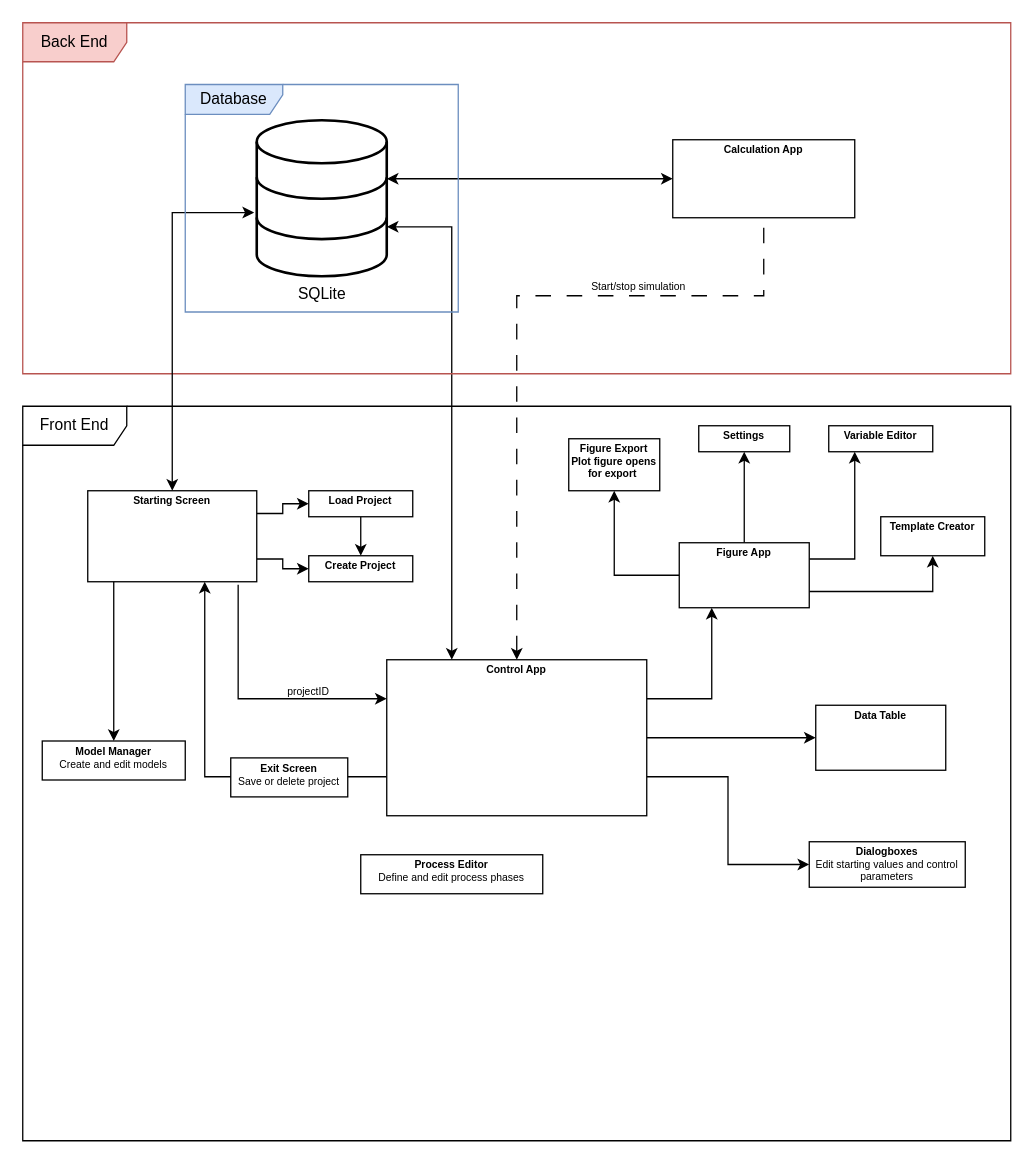
Earlier version of the draw.io diagram Software Structure.drawio (Yumatlab/bioprocesssimulation). Source tidied: cells renumbered, new cells numbered last; positions are measured from the earlier drawing's top-left corner, leaving out a move shared by most shapes. Both pictures are drawn from the tidied source at 130%, with x=0, y=0 at pixel (22, 22). Pictures stored in the file or linked from it are replaced by grey dashed boxes.
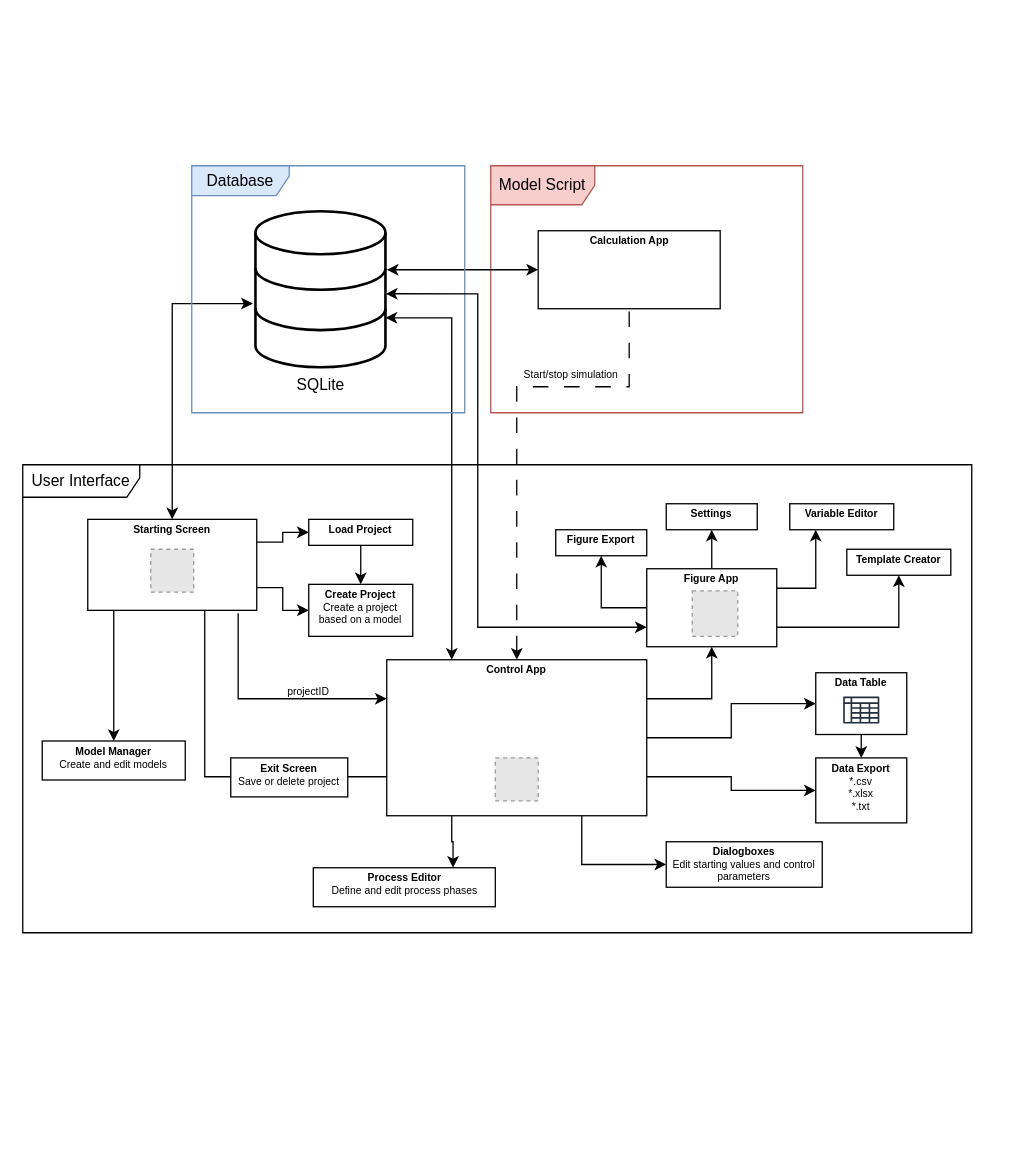
After the change.

The change refers to these unchanged cells:
```xml
<mxCell id="17" value="&lt;p style=&quot;margin: 4px 0px 0px; text-align: center; font-size: 8px;&quot;&gt;&lt;b style=&quot;font-size: 8px;&quot;&gt;Control App&lt;/b&gt;&lt;/p&gt;" style="verticalAlign=top;align=left;overflow=fill;html=1;whiteSpace=wrap;fontSize=8;" parent="1" vertex="1">
  <mxGeometry x="280" y="490" width="200" height="120" as="geometry" />
</mxCell>
```

What changed in the source:
```diff
@@
     <mxCell id="6" value="&lt;p style=&quot;margin: 4px 0px 0px; text-align: center; font-size: 8px;&quot;&gt;&lt;b style=&quot;font-size: 8px;&quot;&gt;Starting Screen&lt;/b&gt;&lt;/p&gt;" style="verticalAlign=top;align=left;overflow=fill;html=1;whiteSpace=wrap;fontSize=8;" parent="1" vertex="1">
-      <mxGeometry x="50" y="360" width="130" height="70" as="geometry" />
+      <mxGeometry x="50" y="382" width="130" height="70" as="geometry" />
     </mxCell>
-    <mxCell id="7" value="&lt;p style=&quot;margin: 4px 0px 0px; text-align: center; font-size: 8px;&quot;&gt;&lt;b style=&quot;font-size: 8px;&quot;&gt;Calculation App&lt;br style=&quot;font-size: 8px;&quot;&gt;&lt;br style=&quot;font-size: 8px;&quot;&gt;&lt;/b&gt;&lt;/p&gt;&lt;p style=&quot;margin: 4px 0px 0px; text-align: center; font-size: 8px;&quot;&gt;&lt;b style=&quot;font-size: 8px;&quot;&gt;&lt;br style=&quot;font-size: 8px;&quot;&gt;&lt;/b&gt;&lt;/p&gt;" style="verticalAlign=top;align=left;overflow=fill;html=1;whiteSpace=wrap;fontSize=8;" parent="1" vertex="1">
-      <mxGeometry x="500" y="90" width="140" height="60" as="geometry" />
-    </mxCell>
@@
     <mxCell id="12" value="&lt;p style=&quot;margin: 4px 0px 0px; text-align: center; font-size: 8px;&quot;&gt;&lt;b style=&quot;font-size: 8px;&quot;&gt;Figure App&lt;/b&gt;&lt;/p&gt;" style="verticalAlign=top;align=left;overflow=fill;html=1;whiteSpace=wrap;fontSize=8;" parent="1" vertex="1">
-      <mxGeometry x="505" y="400" width="100" height="50" as="geometry" />
+      <mxGeometry x="480" y="420" width="100" height="60" as="geometry" />
     </mxCell>
-    <mxCell id="13" style="edgeStyle=orthogonalEdgeStyle;rounded=0;jettySize=auto;html=1;exitX=1;exitY=0.75;exitDx=0;exitDy=0;entryX=0;entryY=0.5;entryDx=0;entryDy=0;" parent="1" edge="1" source="17" target="23">
+    <mxCell id="13" style="edgeStyle=orthogonalEdgeStyle;rounded=0;jettySize=auto;html=1;exitX=0.75;exitY=1;exitDx=0;exitDy=0;entryX=0;entryY=0.5;entryDx=0;entryDy=0;" parent="1" edge="1" source="17" target="23">
       <mxGeometry relative="1" as="geometry" />
     </mxCell>
-    <mxCell id="14" style="edgeStyle=orthogonalEdgeStyle;rounded=0;jettySize=auto;html=1;exitX=1;exitY=0.25;exitDx=0;exitDy=0;entryX=0.25;entryY=1;entryDx=0;entryDy=0;" parent="1" edge="1" source="17" target="12">
+    <mxCell id="14" style="edgeStyle=orthogonalEdgeStyle;rounded=0;jettySize=auto;html=1;exitX=1;exitY=0.25;exitDx=0;exitDy=0;entryX=0.5;entryY=1;entryDx=0;entryDy=0;" parent="1" edge="1" source="17" target="12">
       <mxGeometry relative="1" as="geometry" />
     </mxCell>
@@
     <mxCell id="16" style="edgeStyle=orthogonalEdgeStyle;rounded=0;jettySize=auto;html=1;exitX=0.5;exitY=0;exitDx=0;exitDy=0;entryX=0.5;entryY=1;entryDx=0;entryDy=0;dashed=1;dashPattern=12 12;startArrow=classic;startFill=1;endArrow=none;endFill=0;" parent="1" edge="1" source="17" target="7">
       <mxGeometry relative="1" as="geometry">
         <Array as="points">
-          <mxPoint x="380" y="210" />
-          <mxPoint x="570" y="210" />
+          <mxPoint x="380" y="280" />
+          <mxPoint x="466" y="280" />
         </Array>
       </mxGeometry>
     </mxCell>
+    <mxCell id="40" style="edgeStyle=orthogonalEdgeStyle;rounded=0;jettySize=auto;html=1;exitX=1;exitY=0.75;exitDx=0;exitDy=0;entryX=0;entryY=0.5;entryDx=0;entryDy=0;" parent="1" edge="1" source="17" target="45">
+      <mxGeometry relative="1" as="geometry" />
+    </mxCell>
+    <mxCell id="41" style="edgeStyle=orthogonalEdgeStyle;rounded=0;jettySize=auto;html=1;exitX=0.25;exitY=1;exitDx=0;exitDy=0;" parent="1" edge="1" source="17" target="33">
+      <mxGeometry relative="1" as="geometry">
+        <Array as="points">
+          <mxPoint x="330" y="630" />
+          <mxPoint x="331" y="630" />
+        </Array>
+      </mxGeometry>
+    </mxCell>
@@
-    <mxCell id="19" value="&lt;font style=&quot;font-size: 12px;&quot;&gt;Back End&lt;/font&gt;" style="shape=umlFrame;whiteSpace=wrap;html=1;fillColor=#f8cecc;strokeColor=#b85450;width=80;height=30;fontSize=8;" parent="1" vertex="1">
-      <mxGeometry width="760" height="270" as="geometry" />
+    <mxCell id="19" value="&lt;font style=&quot;font-size: 12px;&quot;&gt;Model Script&lt;/font&gt;" style="shape=umlFrame;whiteSpace=wrap;html=1;fillColor=#f8cecc;strokeColor=#b85450;width=80;height=30;fontSize=8;" parent="1" vertex="1">
+      <mxGeometry x="360" y="110" width="240" height="190" as="geometry" />
     </mxCell>
-    <mxCell id="20" value="&lt;font style=&quot;font-size: 12px;&quot;&gt;Front End&lt;/font&gt;" style="shape=umlFrame;whiteSpace=wrap;html=1;width=80;height=30;fontSize=8;" parent="1" vertex="1">
-      <mxGeometry y="295" width="760" height="565" as="geometry" />
+    <mxCell id="20" value="&lt;font style=&quot;font-size: 12px;&quot;&gt;User Interface&lt;/font&gt;" style="shape=umlFrame;whiteSpace=wrap;html=1;width=90;height=25;fontSize=8;" parent="1" vertex="1">
+      <mxGeometry y="340" width="730" height="360" as="geometry" />
     </mxCell>
-    <mxCell id="21" style="edgeStyle=orthogonalEdgeStyle;rounded=0;orthogonalLoop=1;jettySize=auto;html=1;exitX=0;exitY=0.5;exitDx=0;exitDy=0;startArrow=classic;startFill=1;fontSize=8;" parent="1" edge="1">
+    <mxCell id="21" style="edgeStyle=orthogonalEdgeStyle;rounded=0;jettySize=auto;html=1;exitX=0;exitY=0.5;exitDx=0;exitDy=0;startArrow=classic;startFill=1;fontSize=8;" parent="1" edge="1" source="7">
       <mxGeometry relative="1" as="geometry">
-        <mxPoint x="500" y="120" as="sourcePoint" />
-        <mxPoint x="280" y="120" as="targetPoint" />
+        <mxPoint x="280" y="190" as="targetPoint" />
       </mxGeometry>
     </mxCell>
     <mxCell id="22" value="&lt;font style=&quot;font-size: 12px;&quot;&gt;SQLite&lt;/font&gt;" style="html=1;verticalLabelPosition=bottom;align=center;labelBackgroundColor=#ffffff;verticalAlign=top;strokeWidth=2;strokeColor=#000000;shadow=0;dashed=0;shape=mxgraph.ios7.icons.data;fontColor=default;fontSize=8;" parent="1" vertex="1">
-      <mxGeometry x="180" y="75" width="100" height="120" as="geometry" />
+      <mxGeometry x="179" y="145" width="100" height="120" as="geometry" />
     </mxCell>
     <mxCell id="23" value="&lt;p style=&quot;margin: 4px 0px 0px; text-align: center;&quot;&gt;&lt;b style=&quot;font-size: 8px;&quot;&gt;Dialogboxes&lt;/b&gt;&lt;br&gt;&lt;font style=&quot;font-size: 8px;&quot;&gt;Edit starting values and control parameters&lt;/font&gt;&lt;/p&gt;" style="verticalAlign=top;align=left;overflow=fill;html=1;whiteSpace=wrap;fontSize=8;" parent="1" vertex="1">
-      <mxGeometry x="605" y="630" width="120" height="35" as="geometry" />
+      <mxGeometry x="495" y="630" width="120" height="35" as="geometry" />
     </mxCell>
-    <mxCell id="24" style="rounded=0;jettySize=auto;html=1;entryX=-0.02;entryY=0.592;entryDx=0;entryDy=0;entryPerimeter=0;fontSize=8;edgeStyle=elbowEdgeStyle;startArrow=classic;startFill=1;" parent="1" edge="1" target="22">
+    <mxCell id="24" style="rounded=0;jettySize=auto;html=1;entryX=-0.02;entryY=0.592;entryDx=0;entryDy=0;entryPerimeter=0;fontSize=8;edgeStyle=elbowEdgeStyle;startArrow=classic;startFill=1;" parent="1" edge="1" source="6" target="22">
       <mxGeometry relative="1" as="geometry">
-        <mxPoint x="115" y="360" as="sourcePoint" />
         <Array as="points">
-          <mxPoint x="115" y="130" />
+          <mxPoint x="115" y="190" />
         </Array>
       </mxGeometry>
     </mxCell>
@@
-    <mxCell id="26" value="&lt;p style=&quot;margin: 4px 0px 0px; text-align: center; font-size: 8px;&quot;&gt;&lt;b style=&quot;font-size: 8px;&quot;&gt;Create Project&lt;br style=&quot;font-size: 8px;&quot;&gt;&lt;/b&gt;&lt;/p&gt;" style="verticalAlign=top;align=left;overflow=fill;html=1;whiteSpace=wrap;fontSize=8;" parent="1" vertex="1">
-      <mxGeometry x="220" y="410" width="80" height="20" as="geometry" />
+    <mxCell id="26" value="&lt;p style=&quot;margin: 4px 0px 0px; text-align: center; font-size: 8px;&quot;&gt;&lt;span style=&quot;font-size: 8px;&quot;&gt;&lt;b&gt;Create Project&lt;/b&gt;&lt;br&gt;Create a project based on a model&lt;/span&gt;&lt;/p&gt;" style="verticalAlign=top;align=left;overflow=fill;html=1;whiteSpace=wrap;fontSize=8;" parent="1" vertex="1">
+      <mxGeometry x="220" y="432" width="80" height="40" as="geometry" />
     </mxCell>
@@
     <mxCell id="28" value="&lt;p style=&quot;margin: 4px 0px 0px; text-align: center; font-size: 8px;&quot;&gt;&lt;b style=&quot;font-size: 8px;&quot;&gt;Load Project&lt;/b&gt;&lt;/p&gt;" style="verticalAlign=top;align=left;overflow=fill;html=1;whiteSpace=wrap;fontSize=8;" parent="1" vertex="1">
-      <mxGeometry x="220" y="360" width="80" height="20" as="geometry" />
+      <mxGeometry x="220" y="382" width="80" height="20" as="geometry" />
     </mxCell>
     <mxCell id="29" value="&lt;p style=&quot;margin: 4px 0px 0px; text-align: center; font-size: 8px;&quot;&gt;&lt;b style=&quot;font-size: 8px;&quot;&gt;Variable Editor&lt;/b&gt;&lt;/p&gt;" style="verticalAlign=top;align=left;overflow=fill;html=1;whiteSpace=wrap;fontSize=8;" parent="1" vertex="1">
-      <mxGeometry x="620" y="310" width="80" height="20" as="geometry" />
+      <mxGeometry x="590" y="370" width="80" height="20" as="geometry" />
     </mxCell>
     <mxCell id="30" value="&lt;p style=&quot;margin: 4px 0px 0px; text-align: center; font-size: 8px;&quot;&gt;&lt;b style=&quot;font-size: 8px;&quot;&gt;Settings&lt;/b&gt;&lt;/p&gt;" style="verticalAlign=top;align=left;overflow=fill;html=1;whiteSpace=wrap;fontSize=8;" parent="1" vertex="1">
-      <mxGeometry x="520" y="310" width="70" height="20" as="geometry" />
+      <mxGeometry x="495" y="370" width="70" height="20" as="geometry" />
     </mxCell>
-    <mxCell id="31" value="&lt;p style=&quot;margin: 4px 0px 0px; text-align: center; font-size: 8px;&quot;&gt;&lt;b style=&quot;font-size: 8px;&quot;&gt;Figure Export&lt;br&gt;Plot figure opens for export&amp;nbsp;&lt;/b&gt;&lt;/p&gt;" style="verticalAlign=top;align=left;overflow=fill;html=1;whiteSpace=wrap;fontSize=8;" parent="1" vertex="1">
-      <mxGeometry x="420" y="320" width="70" height="40" as="geometry" />
+    <mxCell id="31" value="&lt;p style=&quot;margin: 4px 0px 0px; text-align: center; font-size: 8px;&quot;&gt;&lt;b style=&quot;font-size: 8px;&quot;&gt;Figure Export&lt;br&gt;&lt;/b&gt;&lt;/p&gt;" style="verticalAlign=top;align=left;overflow=fill;html=1;whiteSpace=wrap;fontSize=8;" parent="1" vertex="1">
+      <mxGeometry x="410" y="390" width="70" height="20" as="geometry" />
     </mxCell>
+    <mxCell id="42" style="edgeStyle=orthogonalEdgeStyle;rounded=0;jettySize=auto;html=1;exitX=0.5;exitY=1;exitDx=0;exitDy=0;entryX=0.5;entryY=0;entryDx=0;entryDy=0;" parent="1" edge="1" source="32" target="45">
+      <mxGeometry relative="1" as="geometry" />
+    </mxCell>
-    <mxCell id="32" value="&lt;p style=&quot;margin: 4px 0px 0px; text-align: center; font-size: 8px;&quot;&gt;&lt;b style=&quot;font-size: 8px;&quot;&gt;Data Table&lt;/b&gt;&lt;/p&gt;" style="verticalAlign=top;align=left;overflow=fill;html=1;whiteSpace=wrap;fontSize=8;" parent="1" vertex="1">
-      <mxGeometry x="610" y="525" width="100" height="50" as="geometry" />
+    <mxCell id="32" value="&lt;p style=&quot;margin: 4px 0px 0px; text-align: center; font-size: 8px;&quot;&gt;&lt;span style=&quot;font-size: 8px;&quot;&gt;&lt;b&gt;Data Table&lt;/b&gt;&lt;br&gt;&lt;br&gt;&lt;/span&gt;&lt;/p&gt;" style="verticalAlign=top;align=left;overflow=fill;html=1;whiteSpace=wrap;fontSize=8;" parent="1" vertex="1">
+      <mxGeometry x="610" y="500" width="70" height="47.5" as="geometry" />
     </mxCell>
     <mxCell id="33" value="&lt;p style=&quot;margin: 4px 0px 0px; text-align: center; font-size: 8px;&quot;&gt;&lt;b&gt;Process Editor&lt;/b&gt;&lt;br&gt;Define and edit process phases&lt;/p&gt;" style="verticalAlign=top;align=left;overflow=fill;html=1;whiteSpace=wrap;fontSize=8;" parent="1" vertex="1">
-      <mxGeometry x="260" y="640" width="140" height="30" as="geometry" />
+      <mxGeometry x="223.5" y="650" width="140" height="30" as="geometry" />
     </mxCell>
     <mxCell id="34" value="&lt;p style=&quot;margin: 4px 0px 0px; text-align: center; font-size: 8px;&quot;&gt;&lt;b style=&quot;font-size: 8px;&quot;&gt;Template Creator&lt;/b&gt;&lt;/p&gt;" style="verticalAlign=top;align=left;overflow=fill;html=1;whiteSpace=wrap;fontSize=8;" parent="1" vertex="1">
-      <mxGeometry x="660" y="380" width="80" height="30" as="geometry" />
+      <mxGeometry x="633.9" y="405" width="80" height="20" as="geometry" />
     </mxCell>
     <mxCell id="35" value="Database" style="shape=umlFrame;whiteSpace=wrap;html=1;width=75;height=23;fillColor=#dae8fc;strokeColor=#6c8ebf;" parent="1" vertex="1">
-      <mxGeometry x="125" y="47.5" width="210" height="175" as="geometry" />
+      <mxGeometry x="130" y="110" width="210" height="190" as="geometry" />
     </mxCell>
@@
     <mxCell id="39" value="Start/stop simulation" style="text;html=1;align=center;verticalAlign=middle;whiteSpace=wrap;rounded=0;fontSize=8;" parent="1" vertex="1">
-      <mxGeometry x="434" y="188" width="80" height="30" as="geometry" />
+      <mxGeometry x="381.5" y="265" width="80" height="12" as="geometry" />
     </mxCell>
+    <mxCell id="43" style="fillColor=#E6E6E6;strokeColor=#999999;dashed=1;html=1;verticalAlign=top;verticalLabelPosition=bottom;labelBackgroundColor=#ffffff;" parent="1" vertex="1">
+      <mxGeometry x="515" y="437" width="35" height="35" as="geometry" />
+    </mxCell>
+    <mxCell id="44" style="sketch=0;fontColor=#232F3E;gradientColor=none;fillColor=#232F3D;strokeColor=none;dashed=0;verticalLabelPosition=bottom;verticalAlign=top;align=center;html=1;fontSize=12;fontStyle=0;shape=mxgraph.aws4.data_table;" parent="1" vertex="1">
+      <mxGeometry x="631.1" y="518.2" width="27.8" height="21" as="geometry" />
+    </mxCell>
+    <mxCell id="45" value="&lt;p style=&quot;margin: 4px 0px 0px; text-align: center; font-size: 8px;&quot;&gt;&lt;span style=&quot;font-size: 8px;&quot;&gt;&lt;b&gt;Data Export&lt;/b&gt;&lt;br&gt;*.csv&lt;br&gt;*.xlsx&lt;br&gt;*.txt&lt;/span&gt;&lt;/p&gt;" style="verticalAlign=top;align=left;overflow=fill;html=1;whiteSpace=wrap;fontSize=8;" parent="1" vertex="1">
+      <mxGeometry x="610" y="565.5" width="70" height="50" as="geometry" />
+    </mxCell>
+    <mxCell id="46" style="fillColor=#E6E6E6;strokeColor=#999999;dashed=1;html=1;verticalAlign=top;verticalLabelPosition=bottom;labelBackgroundColor=#ffffff;" parent="1" vertex="1">
+      <mxGeometry x="363.5" y="565.5" width="33" height="33" as="geometry" />
+    </mxCell>
+    <mxCell id="7" value="&lt;p style=&quot;margin: 4px 0px 0px; text-align: center; font-size: 8px;&quot;&gt;&lt;b style=&quot;font-size: 8px;&quot;&gt;Calculation App&lt;br style=&quot;font-size: 8px;&quot;&gt;&lt;br style=&quot;font-size: 8px;&quot;&gt;&lt;/b&gt;&lt;/p&gt;&lt;p style=&quot;margin: 4px 0px 0px; text-align: center; font-size: 8px;&quot;&gt;&lt;b style=&quot;font-size: 8px;&quot;&gt;&lt;br style=&quot;font-size: 8px;&quot;&gt;&lt;/b&gt;&lt;/p&gt;" style="verticalAlign=top;align=left;overflow=fill;html=1;whiteSpace=wrap;fontSize=8;" parent="1" vertex="1">
+      <mxGeometry x="396.5" y="160" width="140" height="60" as="geometry" />
+    </mxCell>
+    <mxCell id="47" style="fillColor=#E6E6E6;strokeColor=#999999;dashed=1;html=1;verticalAlign=top;verticalLabelPosition=bottom;labelBackgroundColor=#ffffff;" parent="1" vertex="1">
+      <mxGeometry x="98.5" y="405" width="33" height="33" as="geometry" />
+    </mxCell>
+    <mxCell id="48" style="edgeStyle=orthogonalEdgeStyle;rounded=0;jettySize=auto;html=1;exitX=0;exitY=0.75;exitDx=0;exitDy=0;entryX=1.003;entryY=0.529;entryDx=0;entryDy=0;entryPerimeter=0;startArrow=classic;startFill=1;" parent="1" edge="1" source="12" target="22">
+      <mxGeometry relative="1" as="geometry">
+        <Array as="points">
+          <mxPoint x="350" y="465" />
+          <mxPoint x="350" y="209" />
+        </Array>
+      </mxGeometry>
+    </mxCell>
```
